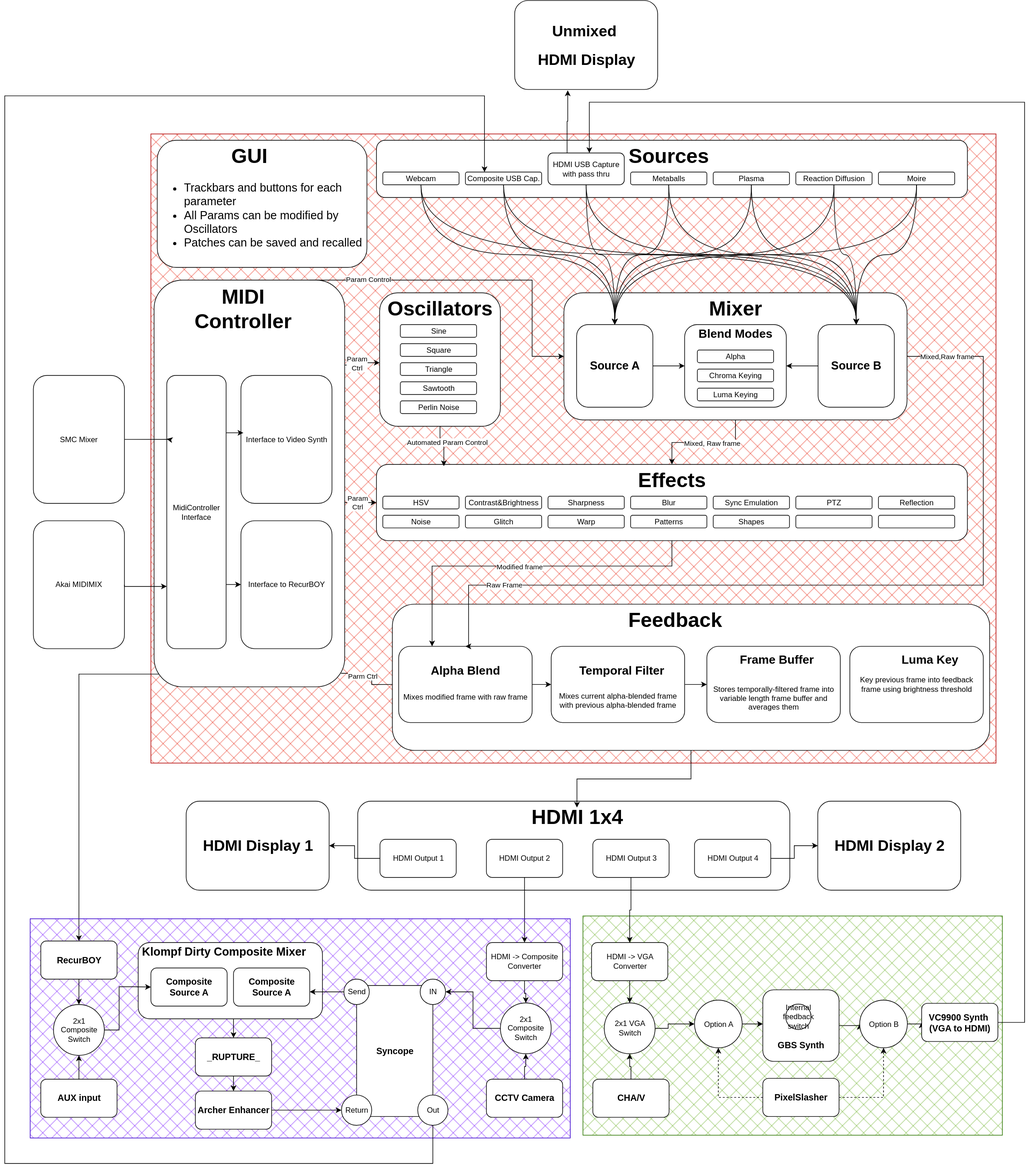
The draw.io diagram documentation/diagram.svg in Khendi1/PVS, before a commit. Source tidied: cells renumbered, new cells last; positions are measured from the earlier drawing's top-left corner, leaving out a move shared by most shapes.
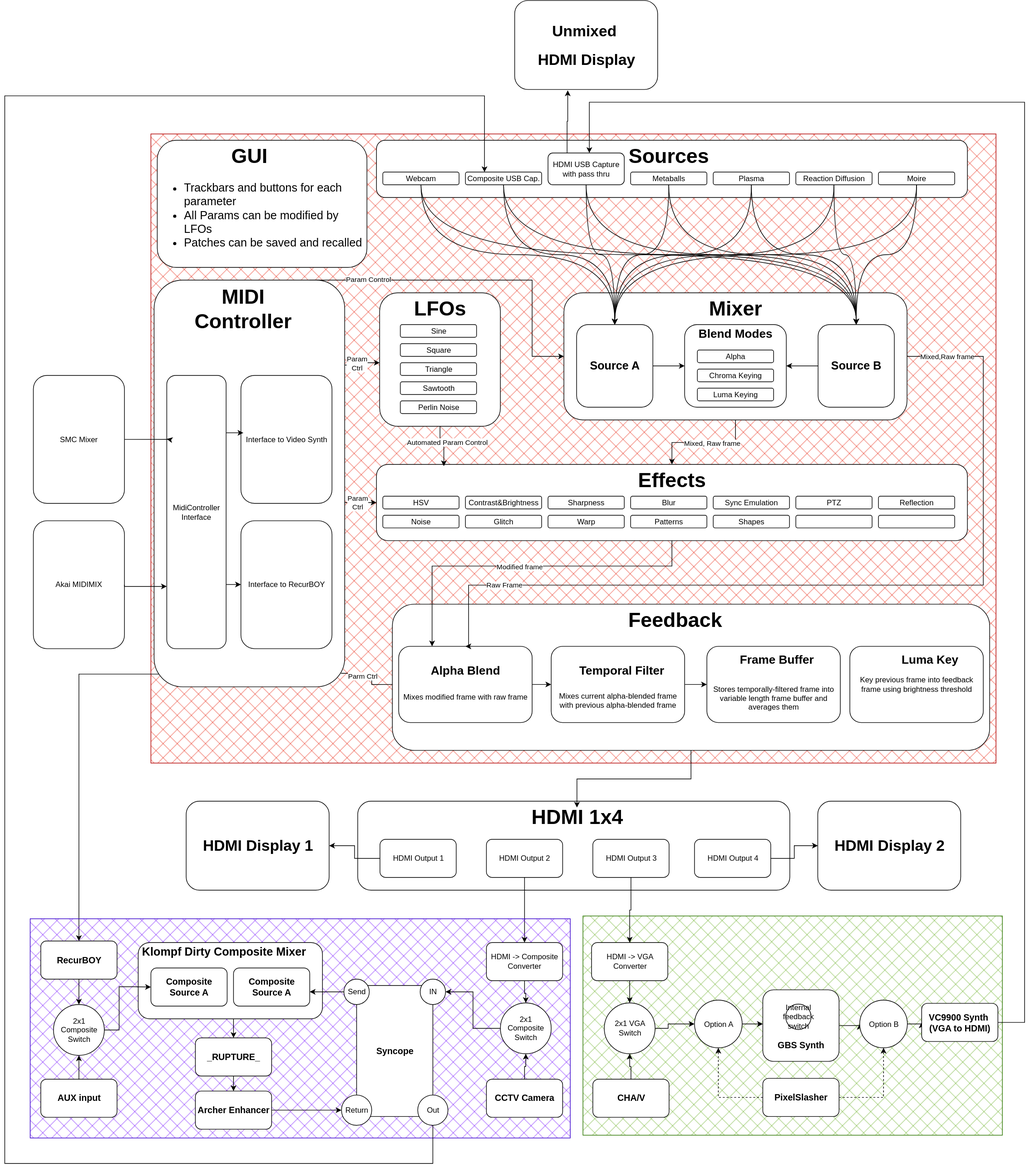
After the commit.

The edit, as a diff of the source:
```diff
@@ -264,7 +264,7 @@
     <mxCell id="78" value="Perlin Noise" style="rounded=1;whiteSpace=wrap;html=1;" parent="72" vertex="1">
       <mxGeometry x="32.5" y="170" width="120" height="20" as="geometry" />
     </mxCell>
-    <mxCell id="79" value="&lt;h1&gt;Oscillators&lt;/h1&gt;" style="text;html=1;align=center;verticalAlign=middle;whiteSpace=wrap;rounded=0;fontSize=16;" parent="72" vertex="1">
+    <mxCell id="79" value="&lt;h1&gt;LFOs&lt;/h1&gt;" style="text;html=1;align=center;verticalAlign=middle;whiteSpace=wrap;rounded=0;fontSize=16;" parent="72" vertex="1">
       <mxGeometry x="45" y="10" width="100" height="30" as="geometry" />
     </mxCell>
     <mxCell id="80" style="edgeStyle=orthogonalEdgeStyle;rounded=0;jettySize=auto;html=1;exitX=0.5;exitY=1;exitDx=0;exitDy=0;entryX=0.5;entryY=0;entryDx=0;entryDy=0;" parent="1" edge="1" source="81" target="108">
@@ -534,7 +534,7 @@
     <mxCell id="146" value="2x1 Composite Switch" style="ellipse;whiteSpace=wrap;html=1;" parent="1" vertex="1">
       <mxGeometry x="780" y="1577.5" width="80" height="80" as="geometry" />
     </mxCell>
-    <mxCell id="147" value="&lt;h2&gt;&lt;div&gt;&lt;span style=&quot;font-weight: 400;&quot;&gt;&lt;br&gt;&lt;/span&gt;&lt;/div&gt;&lt;ul&gt;&lt;li style=&quot;&quot;&gt;&lt;span style=&quot;font-weight: normal;&quot;&gt;Trackbars and buttons for each parameter&lt;/span&gt;&lt;/li&gt;&lt;li style=&quot;&quot;&gt;&lt;span style=&quot;font-weight: normal;&quot;&gt;All Params can be modified by Oscillators&lt;/span&gt;&lt;/li&gt;&lt;li style=&quot;&quot;&gt;&lt;span style=&quot;font-weight: normal;&quot;&gt;Patches can be saved and recalled&lt;/span&gt;&lt;/li&gt;&lt;/ul&gt;&lt;/h2&gt;" style="rounded=1;whiteSpace=wrap;html=1;align=left;" parent="1" vertex="1">
+    <mxCell id="147" value="&lt;h2&gt;&lt;div&gt;&lt;span style=&quot;font-weight: 400;&quot;&gt;&lt;br&gt;&lt;/span&gt;&lt;/div&gt;&lt;ul&gt;&lt;li style=&quot;&quot;&gt;&lt;span style=&quot;font-weight: normal;&quot;&gt;Trackbars and buttons for each parameter&lt;/span&gt;&lt;/li&gt;&lt;li style=&quot;&quot;&gt;&lt;span style=&quot;font-weight: normal;&quot;&gt;All Params can be modified by LFOs&lt;/span&gt;&lt;/li&gt;&lt;li style=&quot;&quot;&gt;&lt;span style=&quot;font-weight: normal;&quot;&gt;Patches can be saved and recalled&lt;/span&gt;&lt;/li&gt;&lt;/ul&gt;&lt;/h2&gt;" style="rounded=1;whiteSpace=wrap;html=1;align=left;" parent="1" vertex="1">
       <mxGeometry x="240" y="220" width="330" height="200" as="geometry" />
     </mxCell>
     <mxCell id="148" value="&lt;h1&gt;GUI&lt;/h1&gt;" style="text;html=1;align=center;verticalAlign=middle;whiteSpace=wrap;rounded=0;fontSize=16;" parent="1" vertex="1">
```
